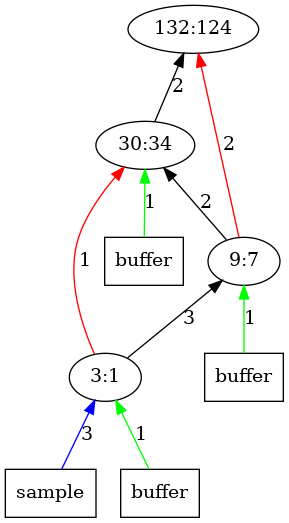
Earlier version of the Graphviz export outputImages/op124.png.png (AbhikKhan/MTP_IITG). Its source is kept beside it as outputTrees/op124.dot.
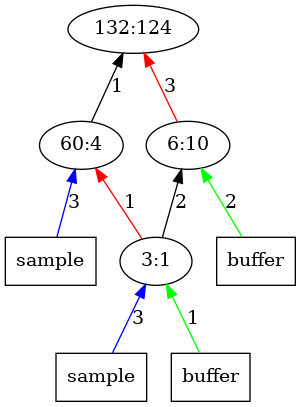
The same diagram one commit later.

Diff of the diagram source:
```diff
@@ -1,17 +1,16 @@
 digraph Tree{
 	rankdir="BT"
 	1 [label = "132:124"];
-	x22 -> 2 [label = "1", color = "green"];
-	x22 [label = "buffer", shape = "box"];
-	2 -> 1 [label = "2", color = "black"];
-	2 [label = "30:34"];
-	x32 -> 3 [label = "1", color = "green"];
+	2 -> 1 [label = "1", color = "black"];
+	x21 -> 2 [label = "3", color = "blue"];
+	x21 [label = "sample", shape = "box"];
+	2 [label = "60:4"];
+	3 -> 1 [label = "3", color = "red"];
+	x32 -> 3 [label = "2", color = "green"];
 	x32 [label = "buffer", shape = "box"];
-	3 -> 1 [label = "2", color = "red"];
-	3 -> 2 [label = "2", color = "black"];
-	3 [label = "9:7"];
-	4 -> 3 [label = "3", color = "black"];
+	3 [label = "6:10"];
 	4 -> 2 [label = "1", color = "red"];
+	4 -> 3 [label = "2", color = "black"];
 	x41 -> 4 [label = "3", color = "blue"];
 	x41 [label = "sample", shape = "box"];
 	x42 -> 4 [label = "1", color = "green"];
```
